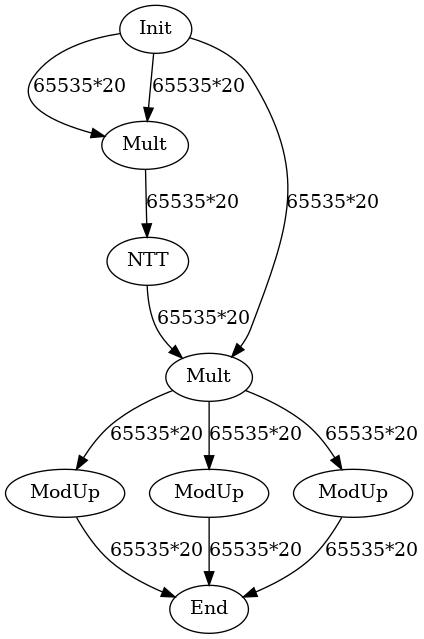
This is data/graph_poly.dot.png from hal-lab-u-tokyo/PolyFHE, a Graphviz export, as it was before one commit. Its source is kept beside it as data/graph_poly.dot.
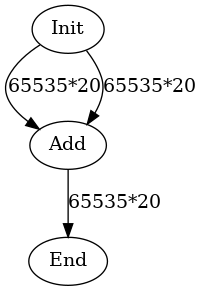
Later version of the same file.

What changed in the source:
```diff
@@ -1,21 +1,8 @@
 digraph G {
 Init[label="Init"];
-Mult0[label="Mult"];
-NTT0[label="NTT"];
-Mult1[label="Mult"];
-ModUp0[label="ModUp"];
-ModUp1[label="ModUp"];
-ModUp2[label="ModUp"];
+Add0[label="Add"];
 End[label="End"];
-Init -> Mult0[label="65535*20"];
-Init -> Mult0[label="65535*20"];
-Mult0 -> NTT0[label="65535*20"];
-Init -> Mult1[label="65535*20"];
-NTT0 -> Mult1[label="65535*20"];
-Mult1 -> ModUp0[label="65535*20"];
-Mult1 -> ModUp1[label="65535*20"];
-Mult1 -> ModUp2[label="65535*20"];
-ModUp0 -> End[label="65535*20"];
-ModUp1 -> End[label="65535*20"];
-ModUp2 -> End[label="65535*20"];
+Init -> Add0[label="65535*20"];
+Init -> Add0[label="65535*20"];
+Add0 -> End[label="65535*20"];
 }
```
